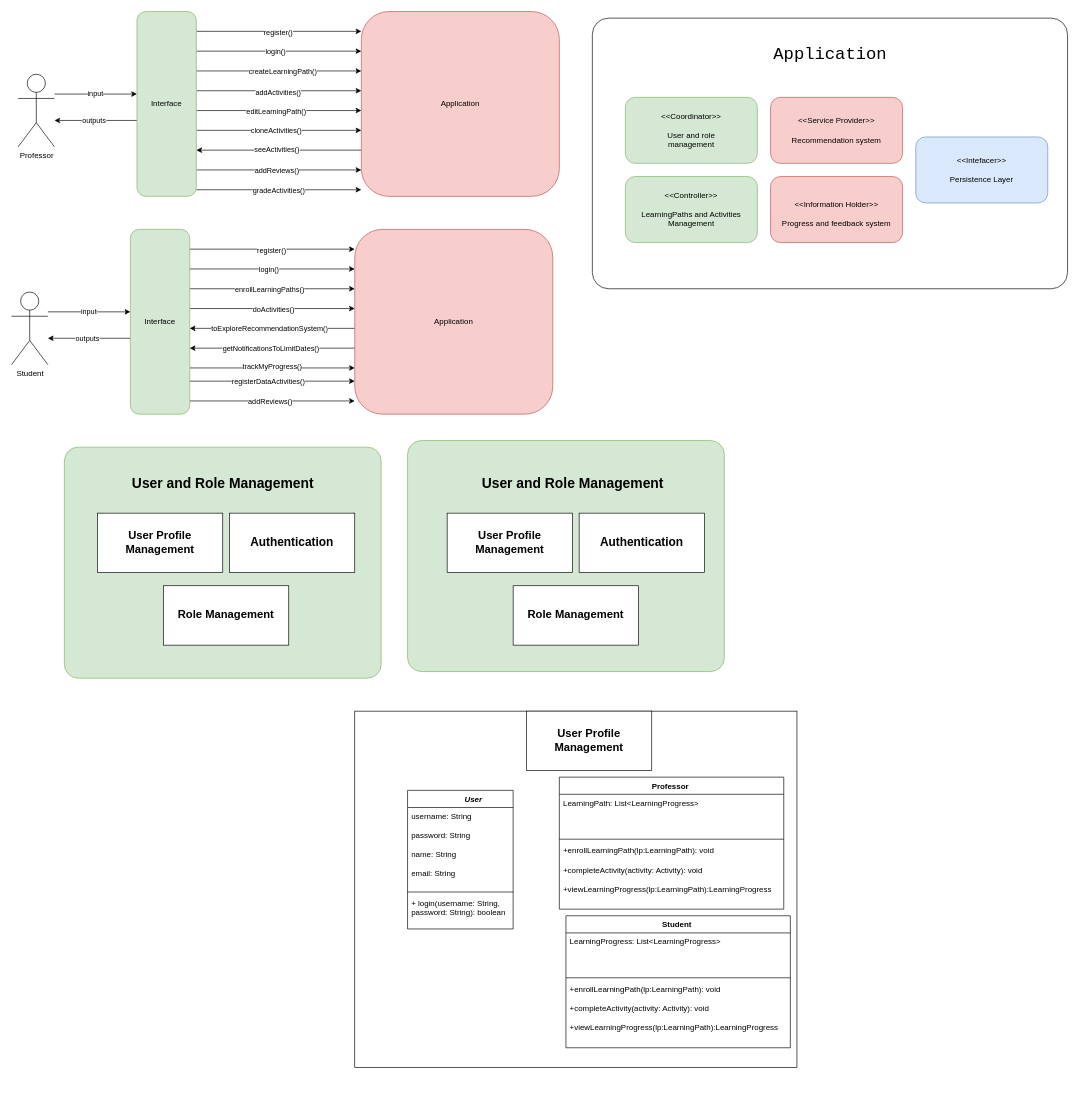
The draw.io diagram sprint-1/task-2/fr-diagrams.drawio in DPO-20242-SEC06/Project-OOPD, before the edit. Source tidied: cells renumbered, new cells numbered last; positions are measured from the earlier drawing's top-left corner, leaving out a move shared by most shapes. Both pictures are drawn from the tidied source at 66%, with x=0, y=0 at pixel (11, 11).
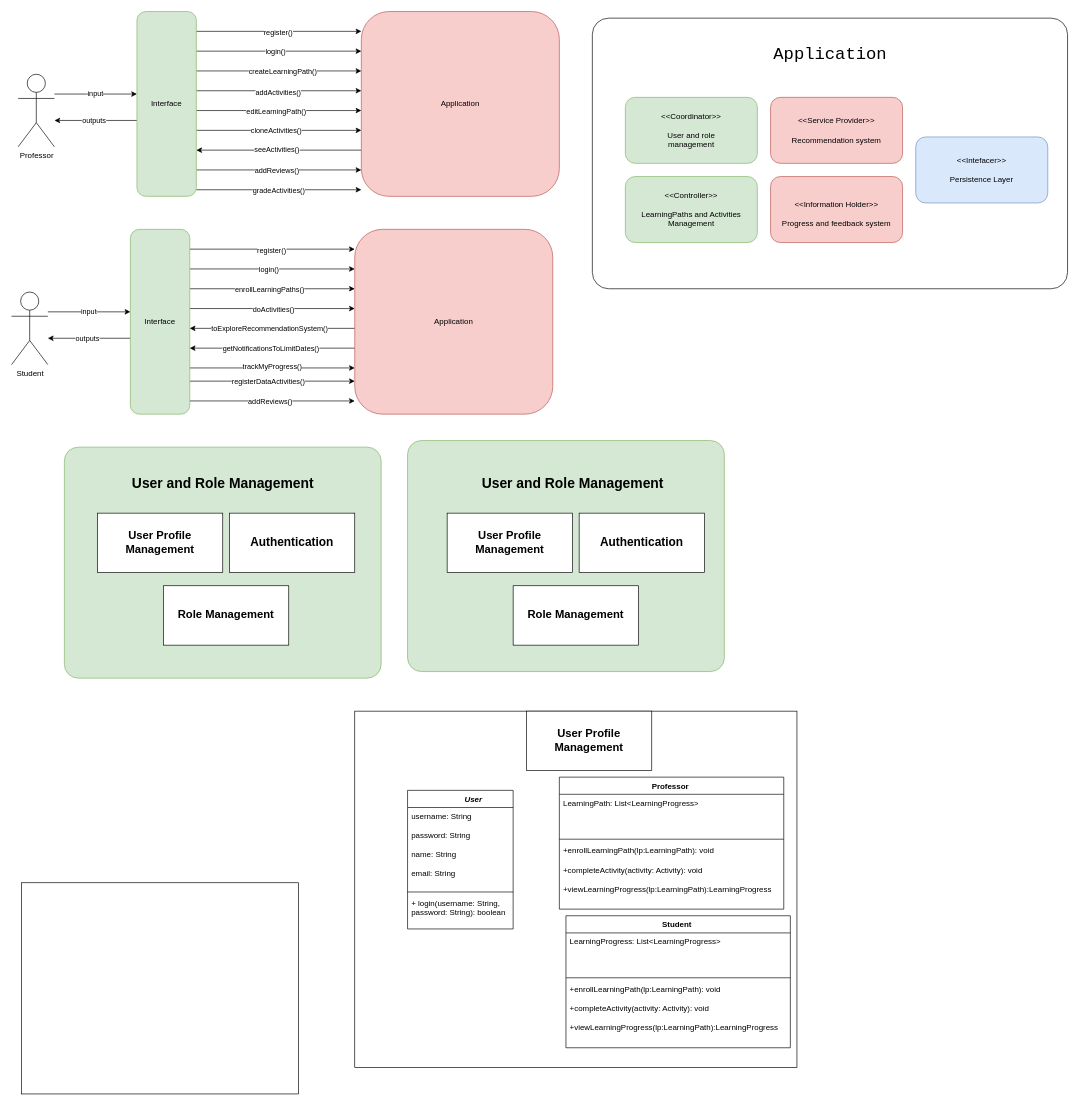
The same page after the edit.

Diff of the diagram source:
```diff
@@
+    <mxCell id="83" style="rounded=0;whiteSpace=wrap;html=1;" parent="1" vertex="1">
+      <mxGeometry x="15" y="1320" width="420" height="320" as="geometry" />
+    </mxCell>
```
